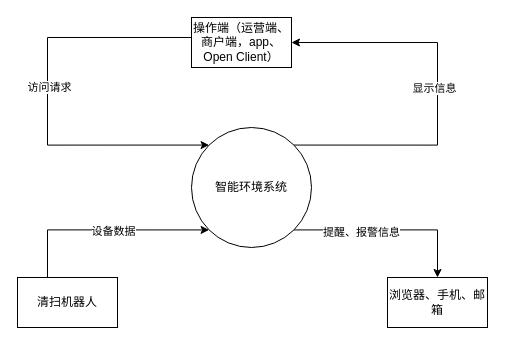
Before: dfd01.drawio in leegaox/draw, a draw.io diagram. Source tidied: cells renumbered, new cells numbered last; positions are measured from the earlier drawing's top-left corner, leaving out a move shared by most shapes. Both pictures are drawn from the tidied source at 100%, with x=0, y=0 at pixel (17, 17).
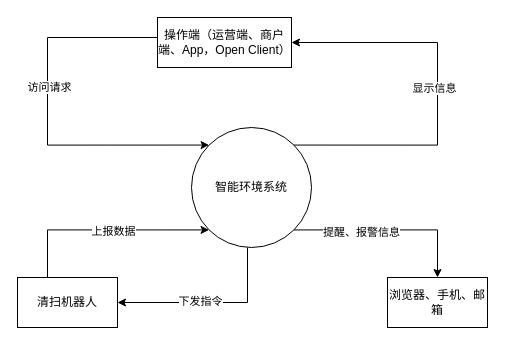
After the change.

The change refers to these unchanged cells:
```xml
<mxCell id="6" value="智能环境系统" style="shape=ellipse;html=1;dashed=0;whiteSpace=wrap;perimeter=ellipsePerimeter;" parent="1" vertex="1">
  <mxGeometry x="174" y="110" width="120" height="120" as="geometry" />
</mxCell>
<mxCell id="7" style="edgeStyle=orthogonalEdgeStyle;rounded=0;jettySize=auto;html=1;exitX=0.5;exitY=0;exitDx=0;exitDy=0;entryX=0;entryY=1;entryDx=0;entryDy=0;" parent="1" edge="1" source="9" target="6">
  <mxGeometry relative="1" as="geometry">
    <Array as="points">
      <mxPoint x="30" y="212" />
    </Array>
  </mxGeometry>
</mxCell>
<mxCell id="9" value="清扫机器人" style="html=1;dashed=0;whiteSpace=wrap;" parent="1" vertex="1">
  <mxGeometry y="260" width="100" height="50" as="geometry" />
</mxCell>
```

The edit, as a diff of the source:
```diff
@@
+    <mxCell id="14" style="edgeStyle=orthogonalEdgeStyle;rounded=0;jettySize=auto;html=1;entryX=1;entryY=0.5;entryDx=0;entryDy=0;" parent="1" edge="1" source="6" target="9">
+      <mxGeometry relative="1" as="geometry">
+        <Array as="points">
+          <mxPoint x="230" y="285" />
+        </Array>
+      </mxGeometry>
+    </mxCell>
+    <mxCell id="15" value="下发指令" style="edgeLabel;html=1;align=center;verticalAlign=middle;" parent="14" vertex="1">
+      <mxGeometry x="0.11" y="-2" relative="1" as="geometry" />
+    </mxCell>
@@
-    <mxCell id="8" value="设备数据" style="edgeLabel;html=1;align=center;verticalAlign=middle;" parent="7" vertex="1">
+    <mxCell id="8" value="上报数据" style="edgeLabel;html=1;align=center;verticalAlign=middle;" parent="7" vertex="1">
       <mxGeometry x="0.16" y="-1" relative="1" as="geometry" />
     </mxCell>
@@
-    <mxCell id="12" value="操作端（运营端、商户端，app、Open Client）" style="html=1;dashed=0;whiteSpace=wrap;" parent="1" vertex="1">
-      <mxGeometry x="174" width="100" height="50" as="geometry" />
+    <mxCell id="12" value="操作端（运营端、商户端、App，Open Client）" style="html=1;dashed=0;whiteSpace=wrap;" parent="1" vertex="1">
+      <mxGeometry x="140" width="134" height="50" as="geometry" />
     </mxCell>
```
